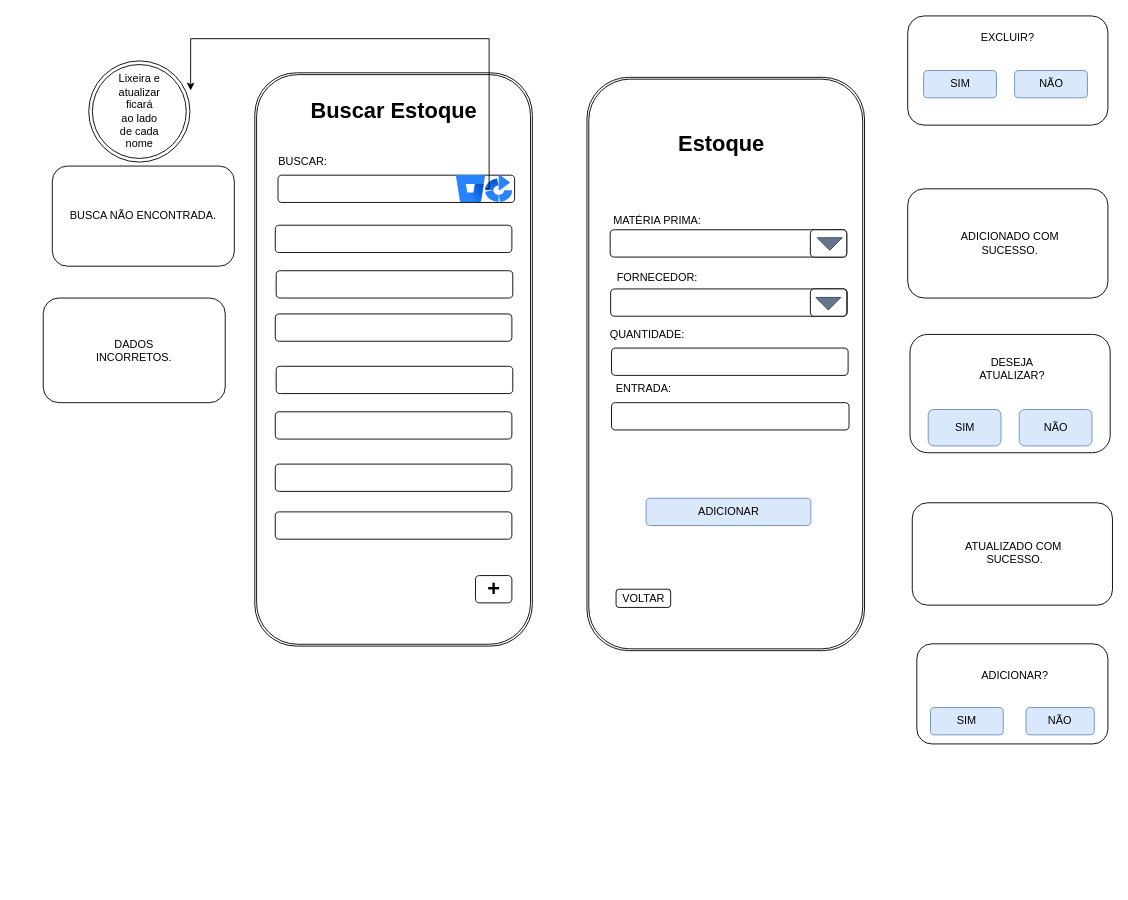
This is page "Página-9" (10 of 14) of DOC/tela.drawio from rafaelareisilva/avatar.app, a draw.io file, before an edit. Source tidied: cells renumbered, new cells numbered last; positions are measured from the earlier drawing's top-left corner, leaving out a move shared by most shapes. Both pictures are drawn from the tidied source at 91%, with x=0, y=0 at pixel (43, 15).
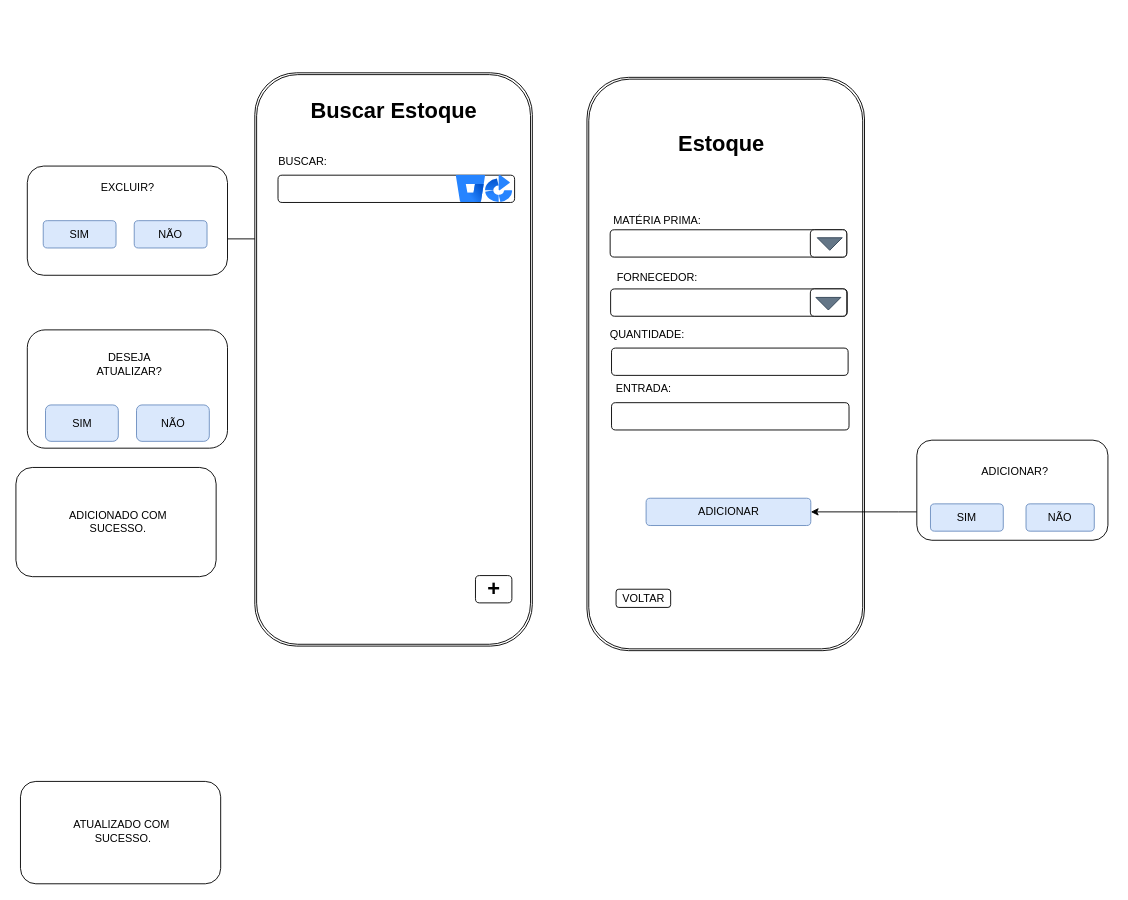
Above is the later version.

The change refers to these unchanged cells:
```xml
<mxCell id="12" value="ADICIONAR" style="rounded=1;whiteSpace=wrap;html=1;fillColor=#dae8fc;strokeColor=#6c8ebf;" parent="1" vertex="1">
  <mxGeometry x="662.5" y="530" width="181" height="30" as="geometry" />
</mxCell>
<mxCell id="18" style="image;html=1;image=img/lib/atlassian/Bitbucket_Logo.svg;" parent="1" vertex="1">
  <mxGeometry x="454" y="175" width="32" height="30" as="geometry" />
</mxCell>
```

What changed in the source:
```diff
@@
+    <mxCell id="57" style="edgeStyle=orthogonalEdgeStyle;rounded=0;jettySize=auto;html=1;" parent="1" edge="1" source="2" target="18">
+      <mxGeometry relative="1" as="geometry">
+        <Array as="points">
+          <mxPoint x="470" y="245" />
+        </Array>
+      </mxGeometry>
+    </mxCell>
     <mxCell id="2" value="EXCLUIR?&lt;div&gt;&lt;br&gt;&lt;/div&gt;&lt;div&gt;&lt;br&gt;&lt;/div&gt;&lt;div&gt;&lt;br&gt;&lt;/div&gt;&lt;div&gt;&lt;br&gt;&lt;/div&gt;&lt;div&gt;&lt;br&gt;&lt;/div&gt;" style="rounded=1;whiteSpace=wrap;html=1;" parent="1" vertex="1">
-      <mxGeometry x="950" width="220" height="120" as="geometry" />
+      <mxGeometry x="-17.5" y="165" width="220" height="120" as="geometry" />
     </mxCell>
     <mxCell id="3" value="SIM" style="rounded=1;whiteSpace=wrap;html=1;fillColor=#dae8fc;strokeColor=#6c8ebf;" parent="1" vertex="1">
-      <mxGeometry x="967.5" y="60" width="80" height="30" as="geometry" />
+      <mxGeometry y="225" width="80" height="30" as="geometry" />
     </mxCell>
     <mxCell id="4" value="NÃO" style="rounded=1;whiteSpace=wrap;html=1;fillColor=#dae8fc;strokeColor=#6c8ebf;" parent="1" vertex="1">
-      <mxGeometry x="1067.5" y="60" width="80" height="30" as="geometry" />
+      <mxGeometry x="100" y="225" width="80" height="30" as="geometry" />
     </mxCell>
@@
     <mxCell id="20" style="rounded=1;whiteSpace=wrap;html=1;" parent="1" vertex="1">
-      <mxGeometry x="955" y="535" width="220" height="112.5" as="geometry" />
+      <mxGeometry x="-25" y="841.2" width="220" height="112.5" as="geometry" />
     </mxCell>
     <mxCell id="21" value="ATUALIZADO COM&amp;nbsp;&lt;div&gt;SUCESSO.&lt;/div&gt;" style="text;html=1;align=center;verticalAlign=middle;whiteSpace=wrap;rounded=0;" parent="1" vertex="1">
-      <mxGeometry x="982.5" y="575" width="170" height="30" as="geometry" />
+      <mxGeometry x="2.5" y="881.2" width="170" height="30" as="geometry" />
     </mxCell>
     <mxCell id="22" style="rounded=1;whiteSpace=wrap;html=1;" parent="1" vertex="1">
-      <mxGeometry x="950" y="190" width="220" height="120" as="geometry" />
+      <mxGeometry x="-30" y="496.2" width="220" height="120" as="geometry" />
     </mxCell>
     <mxCell id="23" value="ADICIONADO COM SUCESSO." style="text;html=1;align=center;verticalAlign=middle;whiteSpace=wrap;rounded=0;" parent="1" vertex="1">
-      <mxGeometry x="985" y="230" width="155" height="40" as="geometry" />
+      <mxGeometry x="5" y="536.2" width="155" height="40" as="geometry" />
     </mxCell>
-    <mxCell id="24" value="BUSCA NÃO ENCONTRADA." style="rounded=1;whiteSpace=wrap;html=1;" parent="1" vertex="1">
-      <mxGeometry x="10" y="165" width="200" height="110" as="geometry" />
-    </mxCell>
     <mxCell id="25" style="rounded=1;whiteSpace=wrap;html=1;" parent="1" vertex="1">
-      <mxGeometry x="952.5" y="350" width="220" height="130" as="geometry" />
+      <mxGeometry x="-17.5" y="345" width="220" height="130" as="geometry" />
     </mxCell>
-    <mxCell id="26" style="rounded=1;whiteSpace=wrap;html=1;" parent="1" vertex="1">
-      <mxGeometry x="255" y="230" width="260" height="30" as="geometry" />
-    </mxCell>
-    <mxCell id="27" style="rounded=1;whiteSpace=wrap;html=1;" parent="1" vertex="1">
-      <mxGeometry x="256" y="280" width="260" height="30" as="geometry" />
-    </mxCell>
-    <mxCell id="28" style="rounded=1;whiteSpace=wrap;html=1;" parent="1" vertex="1">
-      <mxGeometry x="255" y="327.5" width="260" height="30" as="geometry" />
-    </mxCell>
-    <mxCell id="29" style="rounded=1;whiteSpace=wrap;html=1;" parent="1" vertex="1">
-      <mxGeometry x="256" y="385" width="260" height="30" as="geometry" />
-    </mxCell>
-    <mxCell id="30" style="rounded=1;whiteSpace=wrap;html=1;" parent="1" vertex="1">
-      <mxGeometry x="255" y="435" width="260" height="30" as="geometry" />
-    </mxCell>
-    <mxCell id="31" style="rounded=1;whiteSpace=wrap;html=1;" parent="1" vertex="1">
-      <mxGeometry x="255" y="492.5" width="260" height="30" as="geometry" />
-    </mxCell>
-    <mxCell id="32" style="rounded=1;whiteSpace=wrap;html=1;" parent="1" vertex="1">
-      <mxGeometry x="255" y="545" width="260" height="30" as="geometry" />
-    </mxCell>
@@
     <mxCell id="35" value="SIM" style="rounded=1;whiteSpace=wrap;html=1;fillColor=#dae8fc;strokeColor=#6c8ebf;" parent="1" vertex="1">
-      <mxGeometry x="972.5" y="432.5" width="80" height="40" as="geometry" />
+      <mxGeometry x="2.5" y="427.5" width="80" height="40" as="geometry" />
     </mxCell>
     <mxCell id="36" value="NÃO" style="rounded=1;whiteSpace=wrap;html=1;fillColor=#dae8fc;strokeColor=#6c8ebf;" parent="1" vertex="1">
-      <mxGeometry x="1072.5" y="432.5" width="80" height="40" as="geometry" />
+      <mxGeometry x="102.5" y="427.5" width="80" height="40" as="geometry" />
     </mxCell>
@@
-    <mxCell id="39" style="rounded=1;whiteSpace=wrap;html=1;" parent="1" vertex="1">
-      <mxGeometry y="310" width="200" height="115" as="geometry" />
-    </mxCell>
-    <mxCell id="40" value="DADOS INCORRETOS." style="text;html=1;align=center;verticalAlign=middle;whiteSpace=wrap;rounded=0;" parent="1" vertex="1">
-      <mxGeometry x="50" y="352.5" width="100" height="30" as="geometry" />
-    </mxCell>
     <mxCell id="41" value="DESEJA ATUALIZAR?" style="text;html=1;align=center;verticalAlign=middle;whiteSpace=wrap;rounded=0;" parent="1" vertex="1">
-      <mxGeometry x="1010" y="372.5" width="110" height="30" as="geometry" />
+      <mxGeometry x="40" y="367.5" width="110" height="30" as="geometry" />
     </mxCell>
@@
+    <mxCell id="58" style="edgeStyle=orthogonalEdgeStyle;rounded=0;jettySize=auto;html=1;" parent="1" edge="1" source="43" target="12">
+      <mxGeometry relative="1" as="geometry">
+        <Array as="points">
+          <mxPoint x="940" y="545" />
+          <mxPoint x="940" y="545" />
+        </Array>
+      </mxGeometry>
+    </mxCell>
     <mxCell id="43" style="rounded=1;whiteSpace=wrap;html=1;" parent="1" vertex="1">
-      <mxGeometry x="960" y="690" width="210" height="110" as="geometry" />
+      <mxGeometry x="960" y="466.2" width="210" height="110" as="geometry" />
     </mxCell>
     <mxCell id="44" value="ADICIONAR?" style="text;html=1;align=center;verticalAlign=middle;whiteSpace=wrap;rounded=0;" parent="1" vertex="1">
-      <mxGeometry x="1037.5" y="710" width="60" height="30" as="geometry" />
+      <mxGeometry x="1037.5" y="486.2" width="60" height="30" as="geometry" />
     </mxCell>
     <mxCell id="45" value="SIM" style="rounded=1;whiteSpace=wrap;html=1;fillColor=#dae8fc;strokeColor=#6c8ebf;" parent="1" vertex="1">
-      <mxGeometry x="975" y="760" width="80" height="30" as="geometry" />
+      <mxGeometry x="975" y="536.2" width="80" height="30" as="geometry" />
     </mxCell>
     <mxCell id="46" value="NÃO" style="rounded=1;whiteSpace=wrap;html=1;fillColor=#dae8fc;strokeColor=#6c8ebf;" parent="1" vertex="1">
-      <mxGeometry x="1080" y="760" width="75" height="30" as="geometry" />
+      <mxGeometry x="1080" y="536.2" width="75" height="30" as="geometry" />
     </mxCell>
-    <mxCell id="47" style="ellipse;shape=doubleEllipse;whiteSpace=wrap;html=1;" parent="1" vertex="1">
-      <mxGeometry x="50" y="49.4" width="111.2" height="111.2" as="geometry" />
-    </mxCell>
-    <mxCell id="48" value="Lixeira e atualizar ficará ao lado de cada nome" style="text;html=1;align=center;verticalAlign=middle;whiteSpace=wrap;rounded=0;" parent="1" vertex="1">
-      <mxGeometry x="95.6" y="104.4" width="20" as="geometry" />
-    </mxCell>
@@
-    <mxCell id="55" style="edgeStyle=orthogonalEdgeStyle;rounded=0;jettySize=auto;html=1;entryX=1.007;entryY=0.293;entryDx=0;entryDy=0;entryPerimeter=0;" parent="1" edge="1" source="18" target="47">
-      <mxGeometry relative="1" as="geometry">
-        <Array as="points">
-          <mxPoint x="490" y="190" />
-          <mxPoint x="490" y="25" />
-          <mxPoint x="162" y="25" />
-        </Array>
-      </mxGeometry>
-    </mxCell>
```
